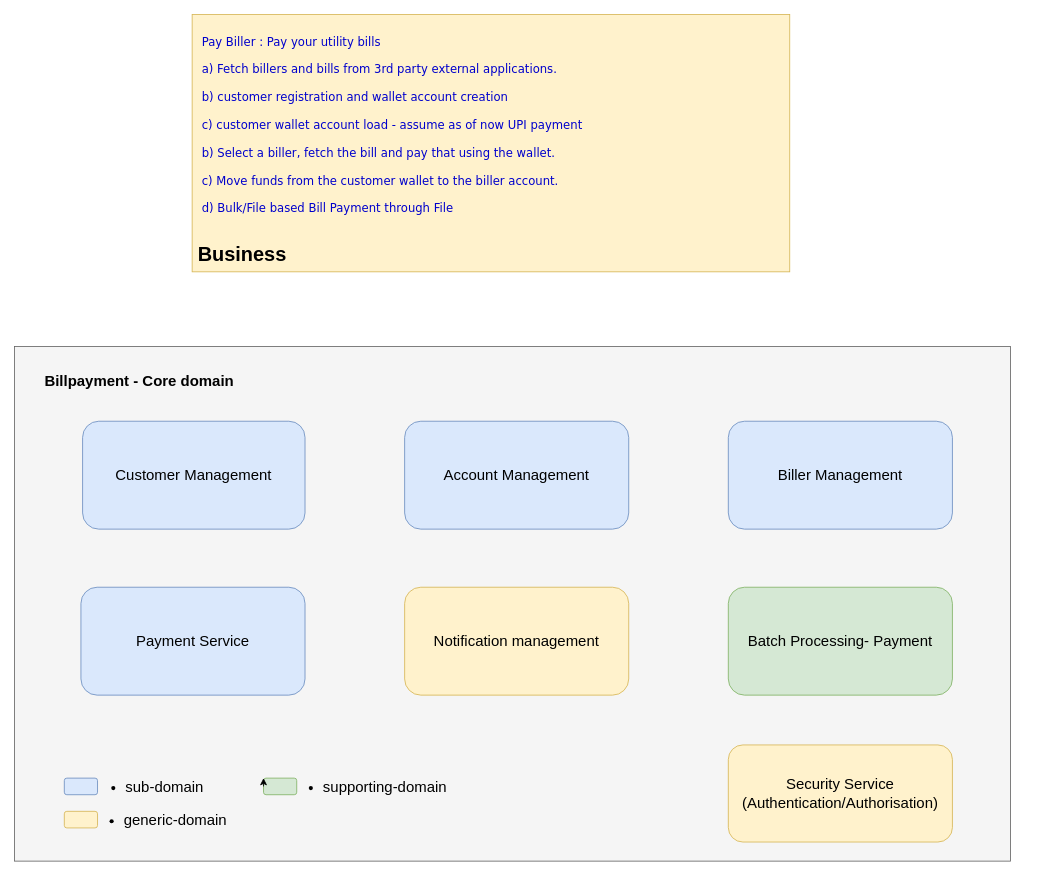
Above: java8/src/main/Untitled Diagram.drawio in aratishingala83/learning (draw.io), before the change. Source tidied: cells renumbered, new cells numbered last; positions are measured from the earlier drawing's top-left corner, leaving out a move shared by most shapes. Both pictures are drawn from the tidied source at 83%, with x=0, y=0 at pixel (14, 14).
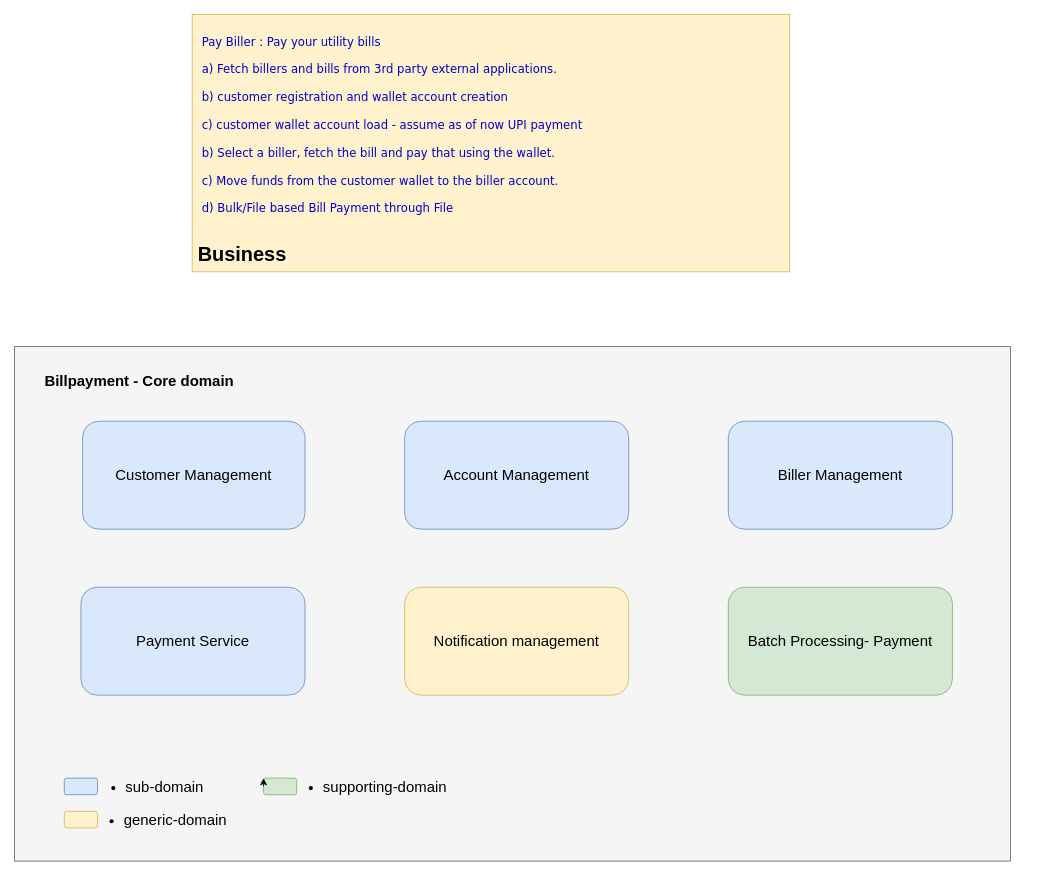
The same page after the edit.

The change refers to these unchanged cells:
```xml
<mxCell id="7" style="group;" parent="2" vertex="1">
  <mxGeometry y="420" width="1200" height="600" as="geometry" />
</mxCell>
```

Change to the diagram source:
```diff
@@
-    <mxCell id="22" value="&lt;font style=&quot;font-size: 18px;&quot;&gt;Security Service&lt;br&gt;(Authentication/Authorisation)&lt;/font&gt;" style="rounded=1;whiteSpace=wrap;html=1;fillColor=#fff2cc;strokeColor=#d6b656;" parent="7" vertex="1">
-      <mxGeometry x="830" y="460" width="270" height="117" as="geometry" />
-    </mxCell>
```
